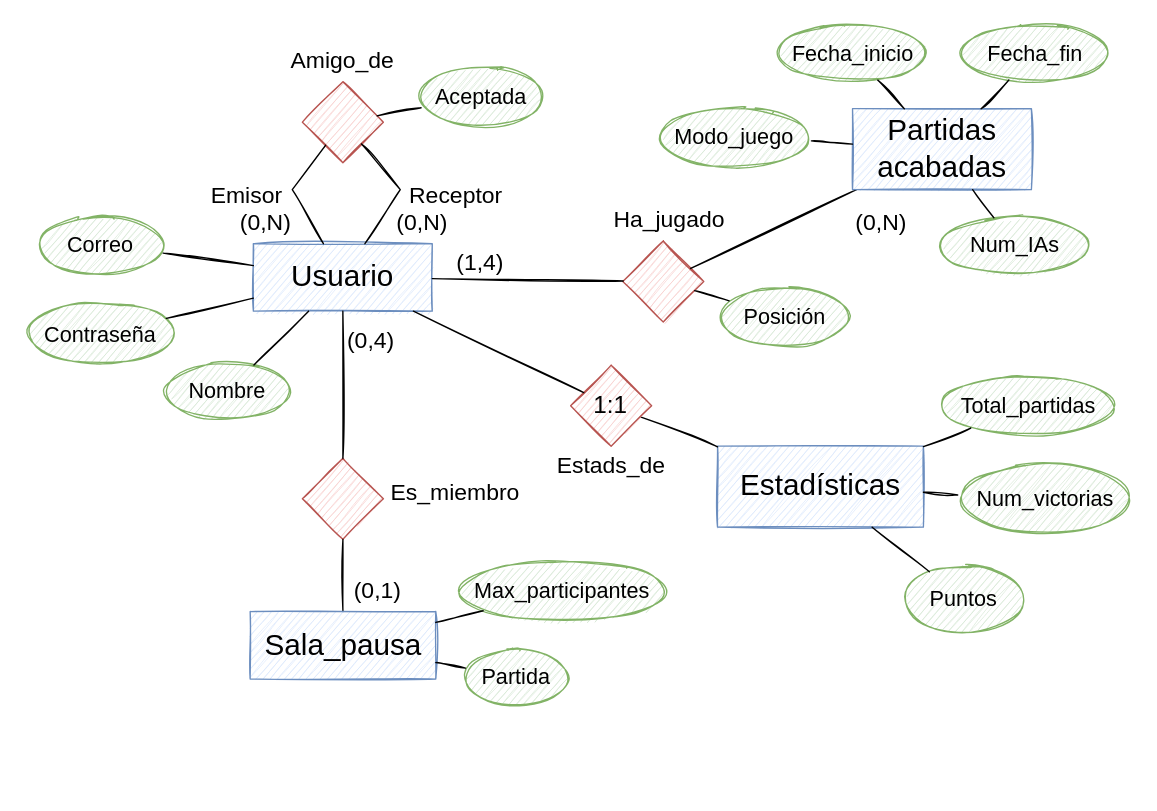
The draw.io diagram page "Esquema E/R" (1 of 3) of Diseño BD/BD.drawio in UNIZAR-30226-2022-05/Backend, before the edit. Source tidied: cells renumbered, new cells numbered last; positions are measured from the earlier drawing's top-left corner, leaving out a move shared by most shapes. Both pictures are drawn from the tidied source at 135%, with x=0, y=0 at pixel (23, 24).
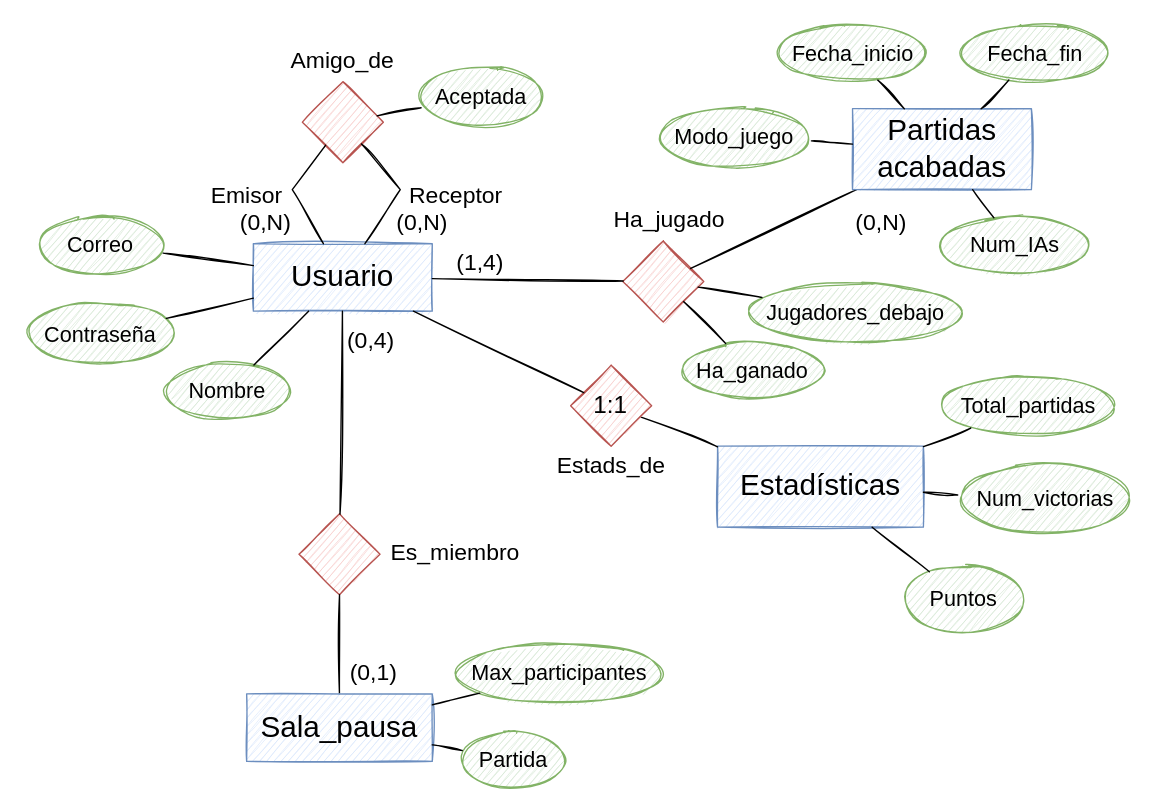
The same diagram, later.

The change refers to these unchanged cells:
```xml
<mxCell id="11" style="rhombus;whiteSpace=wrap;html=1;fontSize=18;fillColor=#f8cecc;strokeColor=#b85450;sketch=1;" parent="1" vertex="1">
  <mxGeometry x="443.8" y="160" width="60" height="60" as="geometry" />
</mxCell>
```

Diff of the diagram source:
```diff
@@
     <mxCell id="5" style="rhombus;whiteSpace=wrap;html=1;fontSize=18;fillColor=#f8cecc;strokeColor=#b85450;sketch=1;" parent="1" vertex="1">
-      <mxGeometry x="206.5" y="321" width="60" height="60" as="geometry" />
+      <mxGeometry x="204" y="362" width="60" height="60" as="geometry" />
     </mxCell>
@@
     <mxCell id="8" value="Es_miembro" style="text;html=1;strokeColor=none;fillColor=none;align=center;verticalAlign=middle;whiteSpace=wrap;rounded=0;fontSize=17;" parent="1" vertex="1">
-      <mxGeometry x="280.2" y="332" width="80" height="30" as="geometry" />
+      <mxGeometry x="280.2" y="377" width="80" height="30" as="geometry" />
     </mxCell>
@@
-    <mxCell id="36" value="Posición" style="ellipse;whiteSpace=wrap;html=1;shadow=0;glass=0;fontSize=16;fillColor=#d5e8d4;strokeColor=#82b366;sketch=1;" parent="1" vertex="1">
-      <mxGeometry x="514" y="195" width="100" height="42.5" as="geometry" />
+    <mxCell id="36" value="Jugadores_debajo" style="ellipse;whiteSpace=wrap;html=1;shadow=0;glass=0;fontSize=16;fillColor=#d5e8d4;strokeColor=#82b366;sketch=1;" parent="1" vertex="1">
+      <mxGeometry x="534" y="192" width="165" height="42.5" as="geometry" />
     </mxCell>
@@
     <mxCell id="38" value="Sala_pausa" style="whiteSpace=wrap;html=1;fontSize=22;fillColor=#dae8fc;strokeColor=#6c8ebf;sketch=1;" parent="1" vertex="1">
-      <mxGeometry x="167.8" y="434.5" width="137.5" height="50" as="geometry" />
+      <mxGeometry x="165.2" y="495.5" width="137.5" height="50" as="geometry" />
     </mxCell>
@@
     <mxCell id="41" value="Max_participantes" style="ellipse;whiteSpace=wrap;html=1;shadow=0;glass=0;fontSize=16;fillColor=#d5e8d4;strokeColor=#82b366;sketch=1;" parent="1" vertex="1">
-      <mxGeometry x="319" y="398.2" width="160" height="42.5" as="geometry" />
+      <mxGeometry x="316.5" y="459.2" width="160" height="42.5" as="geometry" />
     </mxCell>
@@
     <mxCell id="43" value="Partida" style="ellipse;whiteSpace=wrap;html=1;shadow=0;glass=0;fontSize=16;fillColor=#d5e8d4;strokeColor=#82b366;sketch=1;" parent="1" vertex="1">
-      <mxGeometry x="325.2" y="462" width="80" height="42.5" as="geometry" />
+      <mxGeometry x="322.8" y="523" width="80" height="42.5" as="geometry" />
     </mxCell>
@@
     <mxCell id="46" value="(0,1)" style="text;html=1;strokeColor=none;fillColor=none;align=center;verticalAlign=middle;whiteSpace=wrap;rounded=0;fontSize=17;" parent="1" vertex="1">
-      <mxGeometry x="221.5" y="404.5" width="81.2" height="30" as="geometry" />
+      <mxGeometry x="219" y="465.5" width="81.2" height="30" as="geometry" />
     </mxCell>
@@
+    <mxCell id="58" value="Ha_ganado" style="ellipse;whiteSpace=wrap;html=1;shadow=0;glass=0;fontSize=16;fillColor=#d5e8d4;strokeColor=#82b366;sketch=1;" parent="1" vertex="1">
+      <mxGeometry x="485.2" y="234.5" width="110" height="42.5" as="geometry" />
+    </mxCell>
+    <mxCell id="59" style="rounded=0;jettySize=auto;html=1;endArrow=none;endFill=0;sketch=1;" parent="1" edge="1" source="58" target="11">
+      <mxGeometry relative="1" as="geometry" />
+    </mxCell>
```
